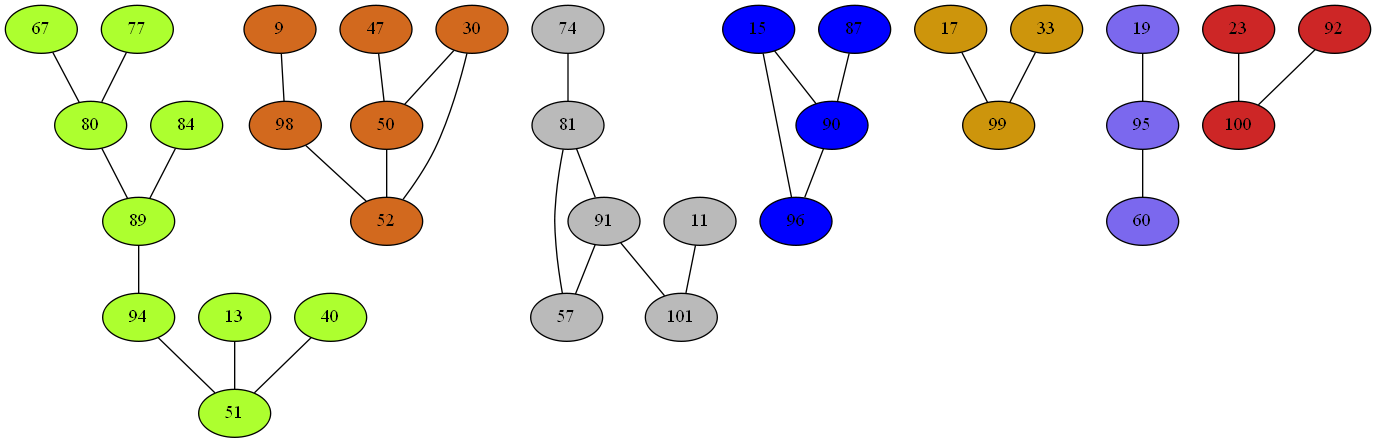
Before: Compiler/13phiGraph.png, a diagram exported from Graphviz (mbajaj92/Project-Astoria). Its source is kept beside it as Compiler/13phiGraph.dot. Its diagram source:
```dot
strict graph {
67[label="67" style=filled fillcolor="greenyellow"];
67 -- 80
9[label="9" style=filled fillcolor="chocolate"];
9 -- 98
74[label="74" style=filled fillcolor="gray73"];
74 -- 81
11[label="11" style=filled fillcolor="gray73"];
11 -- 101
77[label="77" style=filled fillcolor="greenyellow"];
77 -- 80
13[label="13" style=filled fillcolor="greenyellow"];
13 -- 51
15[label="15" style=filled fillcolor="blue1"];
15 -- 96
15 -- 90
80[label="80" style=filled fillcolor="greenyellow"];
80 -- 67
80 -- 89
80 -- 77
17[label="17" style=filled fillcolor="darkgoldenrod3"];
17 -- 99
81[label="81" style=filled fillcolor="gray73"];
81 -- 57
81 -- 74
81 -- 91
19[label="19" style=filled fillcolor="mediumslateblue"];
19 -- 95
84[label="84" style=filled fillcolor="greenyellow"];
84 -- 89
23[label="23" style=filled fillcolor="firebrick3"];
23 -- 100
87[label="87" style=filled fillcolor="blue1"];
87 -- 90
89[label="89" style=filled fillcolor="greenyellow"];
89 -- 80
89 -- 84
89 -- 94
90[label="90" style=filled fillcolor="blue1"];
90 -- 96
90 -- 87
90 -- 15
91[label="91" style=filled fillcolor="gray73"];
91 -- 81
91 -- 101
91 -- 57
92[label="92" style=filled fillcolor="firebrick3"];
92 -- 100
94[label="94" style=filled fillcolor="greenyellow"];
94 -- 51
94 -- 89
30[label="30" style=filled fillcolor="chocolate"];
30 -- 50
30 -- 52
95[label="95" style=filled fillcolor="mediumslateblue"];
95 -- 19
95 -- 60
96[label="96" style=filled fillcolor="blue1"];
96 -- 90
96 -- 15
33[label="33" style=filled fillcolor="darkgoldenrod3"];
33 -- 99
98[label="98" style=filled fillcolor="chocolate"];
98 -- 52
98 -- 9
99[label="99" style=filled fillcolor="darkgoldenrod3"];
99 -- 33
99 -- 17
100[label="100" style=filled fillcolor="firebrick3"];
100 -- 23
100 -- 92
101[label="101" style=filled fillcolor="gray73"];
101 -- 11
101 -- 91
40[label="40" style=filled fillcolor="greenyellow"];
40 -- 51
47[label="47" style=filled fillcolor="chocolate"];
47 -- 50
50[label="50" style=filled fillcolor="chocolate"];
50 -- 52
50 -- 30
50 -- 47
51[label="51" style=filled fillcolor="greenyellow"];
51 -- 40
51 -- 13
51 -- 94
52[label="52" style=filled fillcolor="chocolate"];
52 -- 98
52 -- 50
52 -- 30
57[label="57" style=filled fillcolor="gray73"];
57 -- 81
57 -- 91
60[label="60" style=filled fillcolor="mediumslateblue"];
60 -- 95
}
```
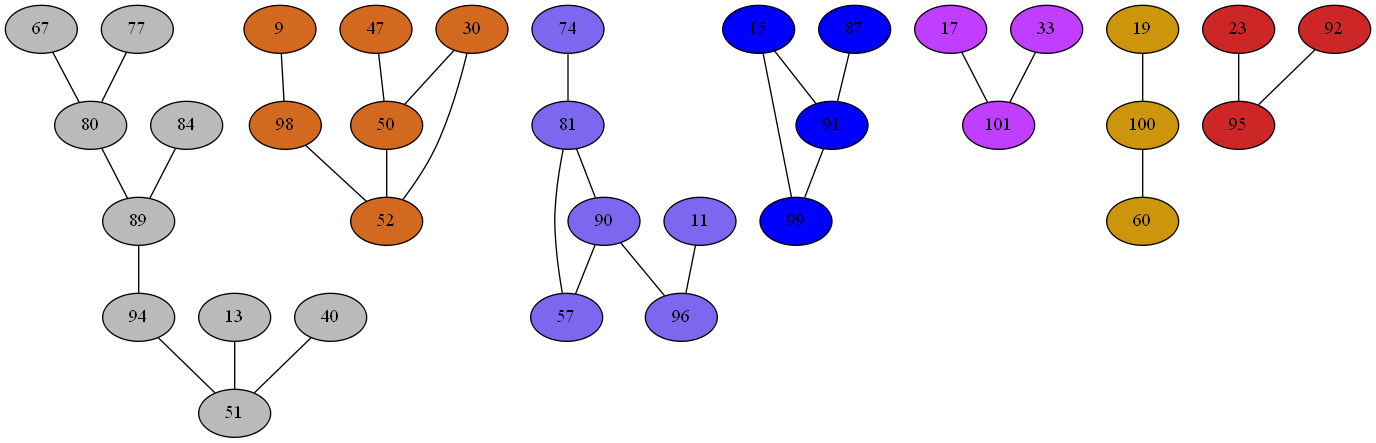
After the change.

What changed in the source:
```diff
@@ -1,78 +1,78 @@
 strict graph {
-67[label="67" style=filled fillcolor="greenyellow"];
+67[label="67" style=filled fillcolor="gray73"];
 67 -- 80
 9[label="9" style=filled fillcolor="chocolate"];
 9 -- 98
-74[label="74" style=filled fillcolor="gray73"];
+74[label="74" style=filled fillcolor="mediumslateblue"];
 74 -- 81
-11[label="11" style=filled fillcolor="gray73"];
-11 -- 101
-77[label="77" style=filled fillcolor="greenyellow"];
+11[label="11" style=filled fillcolor="mediumslateblue"];
+11 -- 96
+77[label="77" style=filled fillcolor="gray73"];
 77 -- 80
-13[label="13" style=filled fillcolor="greenyellow"];
+13[label="13" style=filled fillcolor="gray73"];
 13 -- 51
 15[label="15" style=filled fillcolor="blue1"];
-15 -- 96
-15 -- 90
-80[label="80" style=filled fillcolor="greenyellow"];
+15 -- 99
+15 -- 91
+80[label="80" style=filled fillcolor="gray73"];
 80 -- 67
 80 -- 89
 80 -- 77
-17[label="17" style=filled fillcolor="darkgoldenrod3"];
-17 -- 99
-81[label="81" style=filled fillcolor="gray73"];
+17[label="17" style=filled fillcolor="darkorchid1"];
+17 -- 101
+81[label="81" style=filled fillcolor="mediumslateblue"];
 81 -- 57
+81 -- 90
 81 -- 74
-81 -- 91
-19[label="19" style=filled fillcolor="mediumslateblue"];
-19 -- 95
-84[label="84" style=filled fillcolor="greenyellow"];
+19[label="19" style=filled fillcolor="darkgoldenrod3"];
+19 -- 100
+84[label="84" style=filled fillcolor="gray73"];
 84 -- 89
 23[label="23" style=filled fillcolor="firebrick3"];
-23 -- 100
+23 -- 95
 87[label="87" style=filled fillcolor="blue1"];
-87 -- 90
-89[label="89" style=filled fillcolor="greenyellow"];
+87 -- 91
+89[label="89" style=filled fillcolor="gray73"];
 89 -- 80
 89 -- 84
 89 -- 94
-90[label="90" style=filled fillcolor="blue1"];
+90[label="90" style=filled fillcolor="mediumslateblue"];
 90 -- 96
-90 -- 87
-90 -- 15
-91[label="91" style=filled fillcolor="gray73"];
-91 -- 81
-91 -- 101
-91 -- 57
+90 -- 81
+90 -- 57
+91[label="91" style=filled fillcolor="blue1"];
+91 -- 99
+91 -- 87
+91 -- 15
 92[label="92" style=filled fillcolor="firebrick3"];
-92 -- 100
-94[label="94" style=filled fillcolor="greenyellow"];
+92 -- 95
+94[label="94" style=filled fillcolor="gray73"];
 94 -- 51
 94 -- 89
 30[label="30" style=filled fillcolor="chocolate"];
 30 -- 50
 30 -- 52
-95[label="95" style=filled fillcolor="mediumslateblue"];
-95 -- 19
-95 -- 60
-96[label="96" style=filled fillcolor="blue1"];
+95[label="95" style=filled fillcolor="firebrick3"];
+95 -- 23
+95 -- 92
+96[label="96" style=filled fillcolor="mediumslateblue"];
 96 -- 90
-96 -- 15
-33[label="33" style=filled fillcolor="darkgoldenrod3"];
-33 -- 99
+96 -- 11
+33[label="33" style=filled fillcolor="darkorchid1"];
+33 -- 101
 98[label="98" style=filled fillcolor="chocolate"];
 98 -- 52
 98 -- 9
-99[label="99" style=filled fillcolor="darkgoldenrod3"];
-99 -- 33
-99 -- 17
-100[label="100" style=filled fillcolor="firebrick3"];
-100 -- 23
-100 -- 92
-101[label="101" style=filled fillcolor="gray73"];
-101 -- 11
-101 -- 91
-40[label="40" style=filled fillcolor="greenyellow"];
+99[label="99" style=filled fillcolor="blue1"];
+99 -- 91
+99 -- 15
+100[label="100" style=filled fillcolor="darkgoldenrod3"];
+100 -- 19
+100 -- 60
+101[label="101" style=filled fillcolor="darkorchid1"];
+101 -- 33
+101 -- 17
+40[label="40" style=filled fillcolor="gray73"];
 40 -- 51
 47[label="47" style=filled fillcolor="chocolate"];
 47 -- 50
@@ -80,7 +80,7 @@
 50 -- 52
 50 -- 30
 50 -- 47
-51[label="51" style=filled fillcolor="greenyellow"];
+51[label="51" style=filled fillcolor="gray73"];
 51 -- 40
 51 -- 13
 51 -- 94
@@ -88,9 +88,9 @@
 52 -- 98
 52 -- 50
 52 -- 30
-57[label="57" style=filled fillcolor="gray73"];
+57[label="57" style=filled fillcolor="mediumslateblue"];
 57 -- 81
-57 -- 91
-60[label="60" style=filled fillcolor="mediumslateblue"];
-60 -- 95
+57 -- 90
+60[label="60" style=filled fillcolor="darkgoldenrod3"];
+60 -- 100
 }
```
